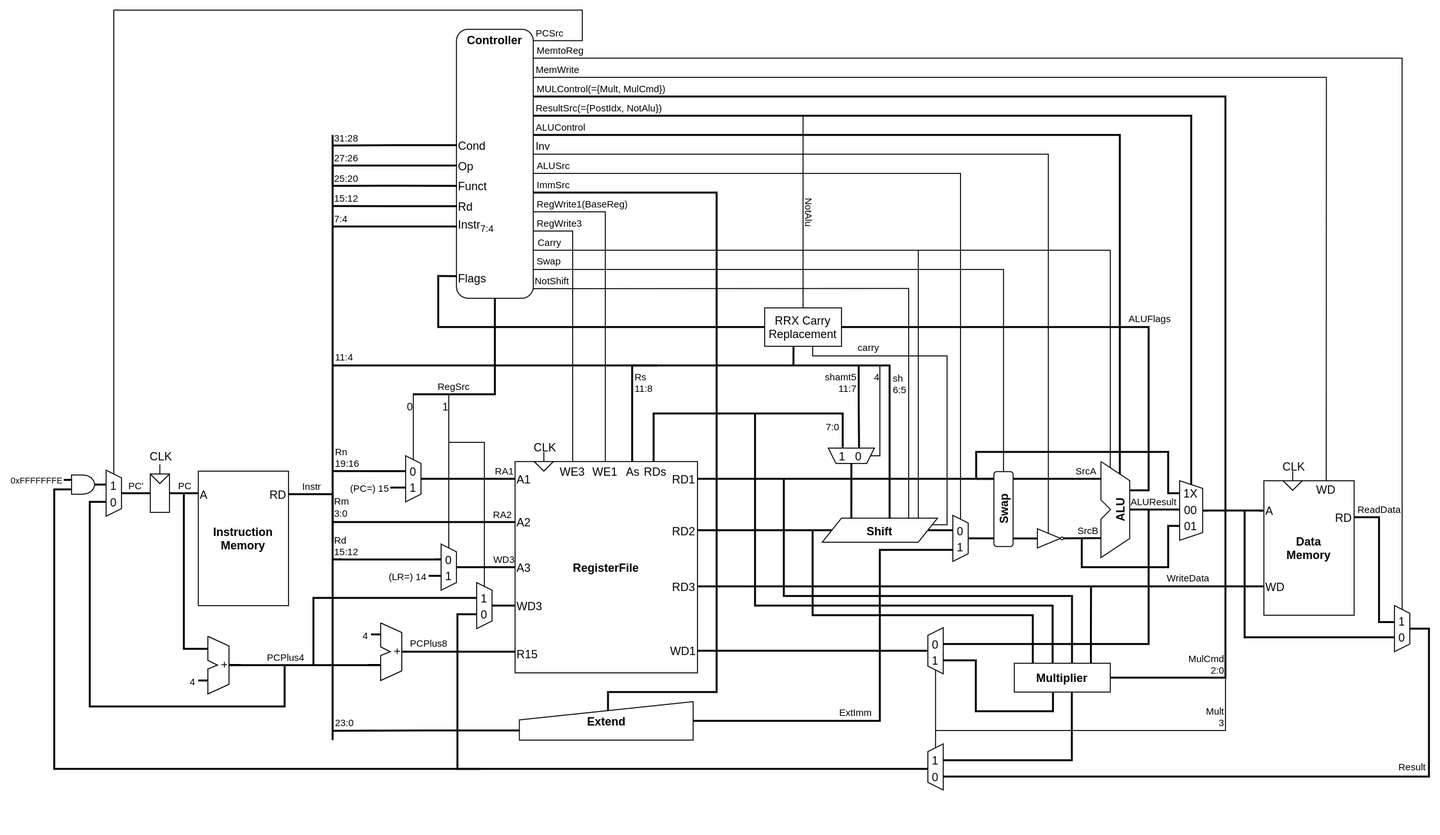
This is asset/arm_cpu_diagram.drawio.png from takah29/arm-cpu, a draw.io export, as it was before one commit. Source tidied: cells renumbered, new cells last; positions are measured from the earlier drawing's top-left corner, leaving out a move shared by most shapes.
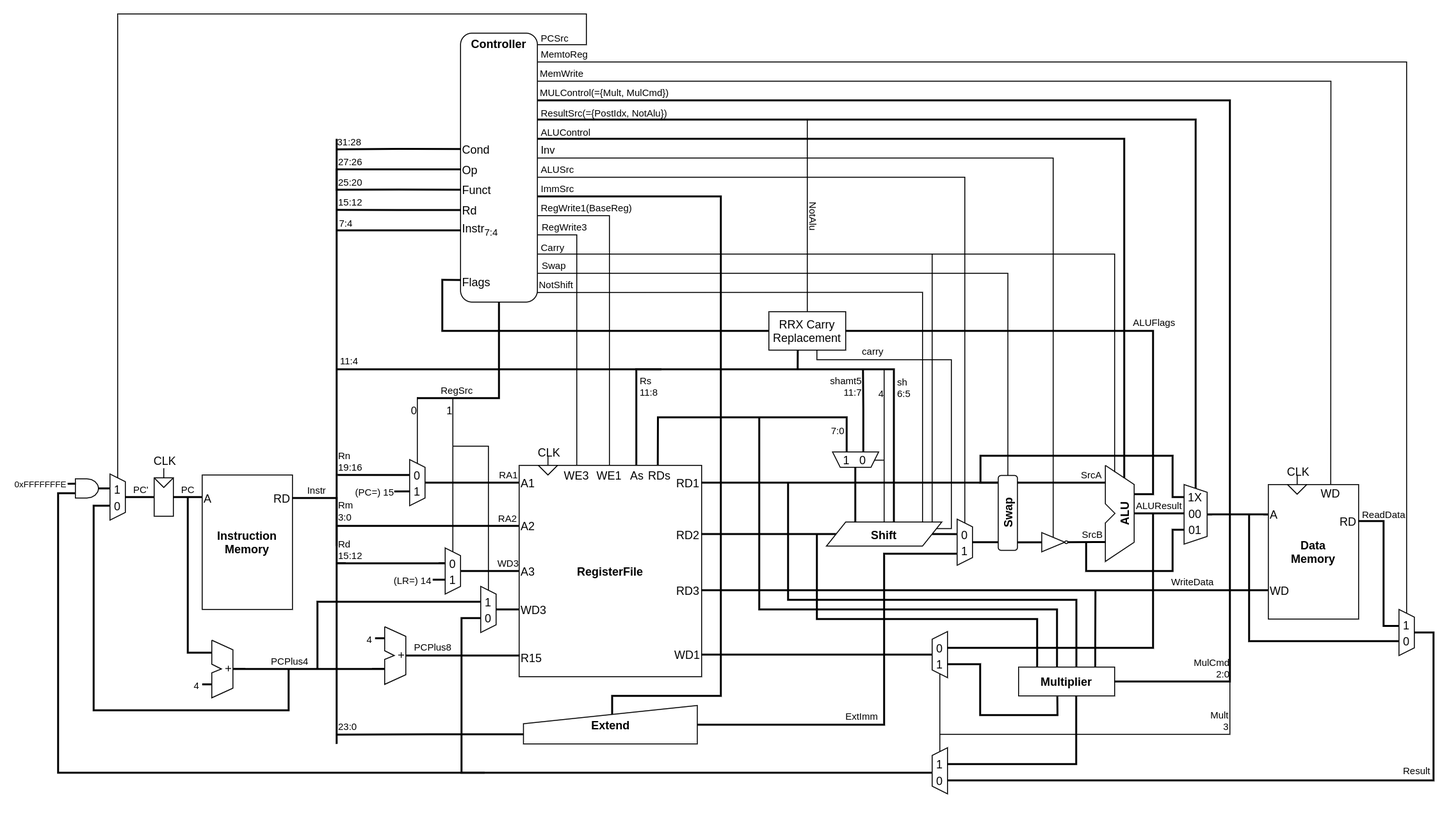
The same file after the commit.

The edit, as a diff of the source:
```diff
@@ -736,13 +736,9 @@
     <mxCell id="154" value="0" style="text;html=1;strokeColor=none;fillColor=none;align=center;verticalAlign=middle;whiteSpace=wrap;rounded=0;rotation=0;" parent="151" vertex="1">
       <mxGeometry x="11" y="14" width="10" height="20" as="geometry" />
     </mxCell>
-    <mxCell id="155" style="edgeStyle=orthogonalEdgeStyle;rounded=0;jettySize=auto;html=1;exitX=0;exitY=0.5;exitDx=0;exitDy=0;endArrow=none;endFill=0;strokeWidth=1;fontSize=12;" parent="1" edge="1" source="152">
+    <mxCell id="155" style="edgeStyle=orthogonalEdgeStyle;rounded=0;jettySize=auto;html=1;exitX=0.5;exitY=0;exitDx=0;exitDy=0;endArrow=none;endFill=0;strokeWidth=1;fontSize=12;" parent="1" edge="1" source="46">
       <mxGeometry relative="1" as="geometry">
         <mxPoint x="860" y="370" as="targetPoint" />
-        <Array as="points">
-          <mxPoint x="860" y="464" />
-          <mxPoint x="860" y="370" />
-        </Array>
       </mxGeometry>
     </mxCell>
     <mxCell id="156" value="&lt;font style=&quot;font-size: 10px;&quot;&gt;4&lt;/font&gt;" style="edgeLabel;html=1;align=right;verticalAlign=top;fontSize=10;labelBackgroundColor=none;" parent="155" vertex="1">
@@ -1203,10 +1199,10 @@
     </mxCell>
     <mxCell id="238" style="edgeStyle=orthogonalEdgeStyle;rounded=0;jettySize=auto;html=1;endArrow=none;endFill=0;strokeWidth=1;fontSize=10;entryX=1.001;entryY=0.964;entryDx=0;entryDy=0;entryPerimeter=0;" parent="1" edge="1" target="16">
       <mxGeometry relative="1" as="geometry">
-        <mxPoint x="890" y="529" as="sourcePoint" />
+        <mxPoint x="900" y="529" as="sourcePoint" />
         <Array as="points">
-          <mxPoint x="890" y="529" />
-          <mxPoint x="890" y="290" />
+          <mxPoint x="900" y="529" />
+          <mxPoint x="900" y="290" />
         </Array>
       </mxGeometry>
     </mxCell>
@@ -1217,11 +1213,11 @@
     </mxCell>
     <mxCell id="240" style="edgeStyle=orthogonalEdgeStyle;rounded=0;orthogonalLoop=1;jettySize=auto;html=1;endArrow=none;endFill=0;strokeWidth=1;fontSize=10;" parent="1" edge="1">
       <mxGeometry relative="1" as="geometry">
-        <mxPoint x="900" y="529" as="sourcePoint" />
-        <mxPoint x="900" y="250" as="targetPoint" />
+        <mxPoint x="910" y="529" as="sourcePoint" />
+        <mxPoint x="910" y="250" as="targetPoint" />
         <Array as="points">
-          <mxPoint x="900" y="529" />
-          <mxPoint x="900" y="250" />
+          <mxPoint x="910" y="529" />
+          <mxPoint x="910" y="250" />
         </Array>
       </mxGeometry>
     </mxCell>
@@ -1243,5 +1239,10 @@
     <mxCell id="244" value="&lt;font style=&quot;font-size: 12px ; line-height: 120%&quot;&gt;RRX Carry&lt;br style=&quot;font-size: 12px&quot;&gt;Replacement&lt;/font&gt;" style="rounded=0;whiteSpace=wrap;html=1;fontSize=12;" parent="1" vertex="1">
       <mxGeometry x="740" y="310" width="80" height="40" as="geometry" />
     </mxCell>
+    <mxCell id="245" style="edgeStyle=orthogonalEdgeStyle;rounded=0;jettySize=auto;html=1;exitX=0.086;exitY=0.463;exitDx=0;exitDy=0;endArrow=none;endFill=0;strokeWidth=1;fontSize=10;exitPerimeter=0;" parent="1" edge="1" source="152">
+      <mxGeometry relative="1" as="geometry">
+        <mxPoint x="860" y="464" as="targetPoint" />
+      </mxGeometry>
+    </mxCell>
   </root>
 </mxGraphModel>
```
